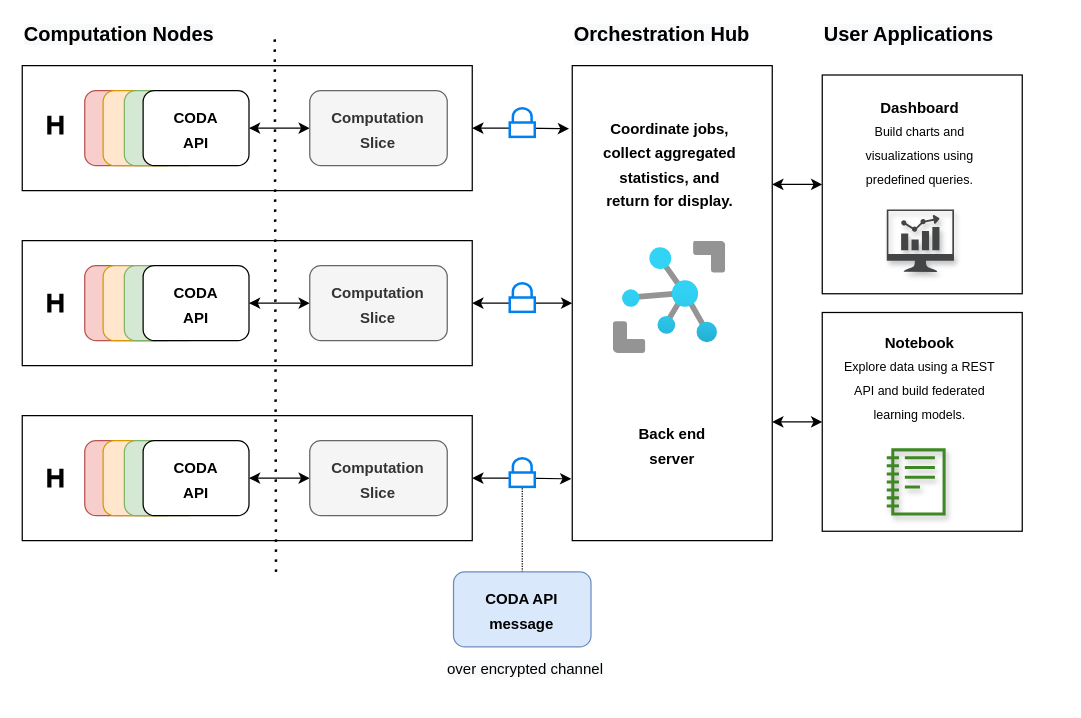
The draw.io diagram drawio/data-aggregation.drawio in coda-platform/charts-and-figures, before the edit. Source tidied: cells renumbered, new cells numbered last; positions are measured from the earlier drawing's top-left corner, leaving out a move shared by most shapes. Both pictures are drawn from the tidied source at 125%, with x=0, y=0 at pixel (21, 21).
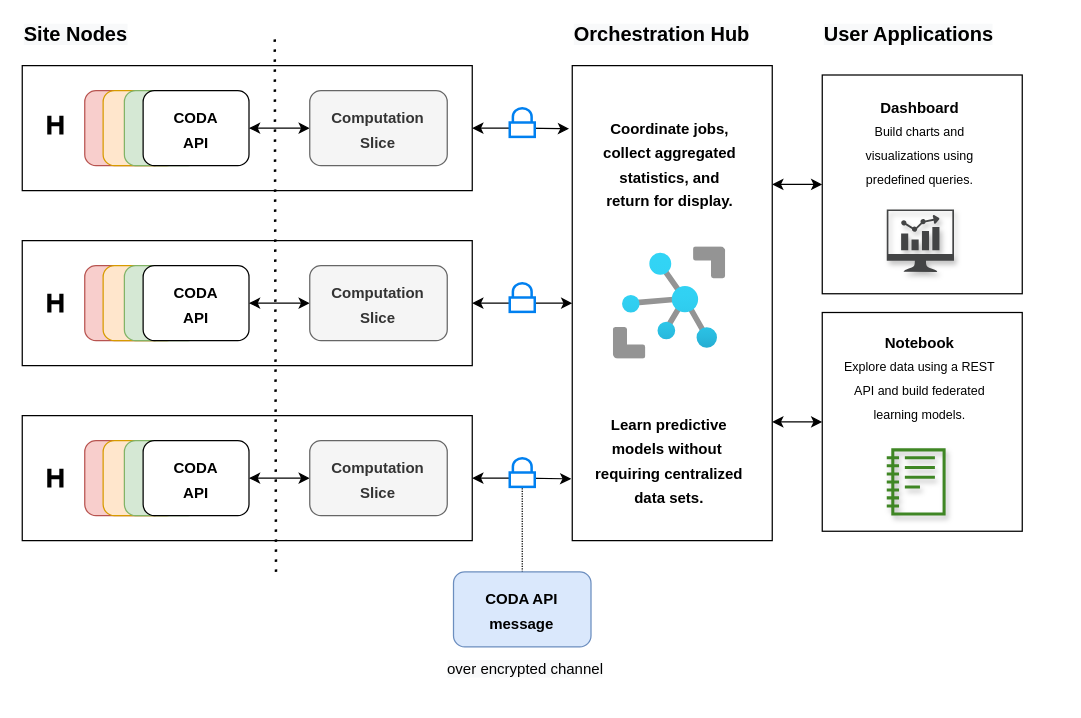
Above is the later version.

Diff of the diagram source:
```diff
@@
     <mxCell id="36" style="html=1;align=center;image;fontSize=12;image=img/lib/azure2/iot/IoT_Hub.svg;" parent="1" vertex="1">
-      <mxGeometry x="473.3" y="175.5" width="90" height="90" as="geometry" />
+      <mxGeometry x="473.3" y="180" width="90" height="90" as="geometry" />
     </mxCell>
@@
-    <mxCell id="41" value="&lt;b style=&quot;color: rgb(0, 0, 0); font-family: helvetica; font-size: 16px; font-style: normal; letter-spacing: normal; text-indent: 0px; text-transform: none; word-spacing: 0px; background-color: rgb(248, 249, 250);&quot;&gt;Computation Nodes&lt;/b&gt;" style="text;html=1;strokeColor=none;fillColor=none;align=left;verticalAlign=middle;whiteSpace=wrap;rounded=0;fontSize=16;" parent="1" vertex="1">
+    <mxCell id="41" value="&lt;b style=&quot;color: rgb(0, 0, 0); font-family: helvetica; font-size: 16px; font-style: normal; letter-spacing: normal; text-indent: 0px; text-transform: none; word-spacing: 0px; background-color: rgb(248, 249, 250);&quot;&gt;Site Nodes&lt;/b&gt;" style="text;html=1;strokeColor=none;fillColor=none;align=left;verticalAlign=middle;whiteSpace=wrap;rounded=0;fontSize=16;" parent="1" vertex="1">
       <mxGeometry width="190" height="20" as="geometry" />
     </mxCell>
@@
-    <mxCell id="44" value="&lt;b style=&quot;color: rgb(0, 0, 0); font-family: helvetica; font-size: 12px; font-style: normal; letter-spacing: normal; text-align: center; text-indent: 0px; text-transform: none; word-spacing: 0px;&quot;&gt;Back end server&lt;br&gt;&lt;/b&gt;" style="text;html=1;strokeColor=none;fillColor=none;align=center;verticalAlign=middle;whiteSpace=wrap;rounded=0;fontSize=16;" parent="1" vertex="1">
-      <mxGeometry x="475.1" y="280" width="90.5" height="115" as="geometry" />
+    <mxCell id="44" value="&lt;b style=&quot;color: rgb(0, 0, 0); font-family: helvetica; font-size: 12px; font-style: normal; letter-spacing: normal; text-align: center; text-indent: 0px; text-transform: none; word-spacing: 0px;&quot;&gt;Learn predictive models without&amp;nbsp; requiring centralized data sets.&lt;br&gt;&lt;/b&gt;" style="text;html=1;strokeColor=none;fillColor=none;align=center;verticalAlign=middle;whiteSpace=wrap;rounded=0;fontSize=16;" parent="1" vertex="1">
+      <mxGeometry x="453.3" y="292.5" width="130" height="115" as="geometry" />
     </mxCell>
```
